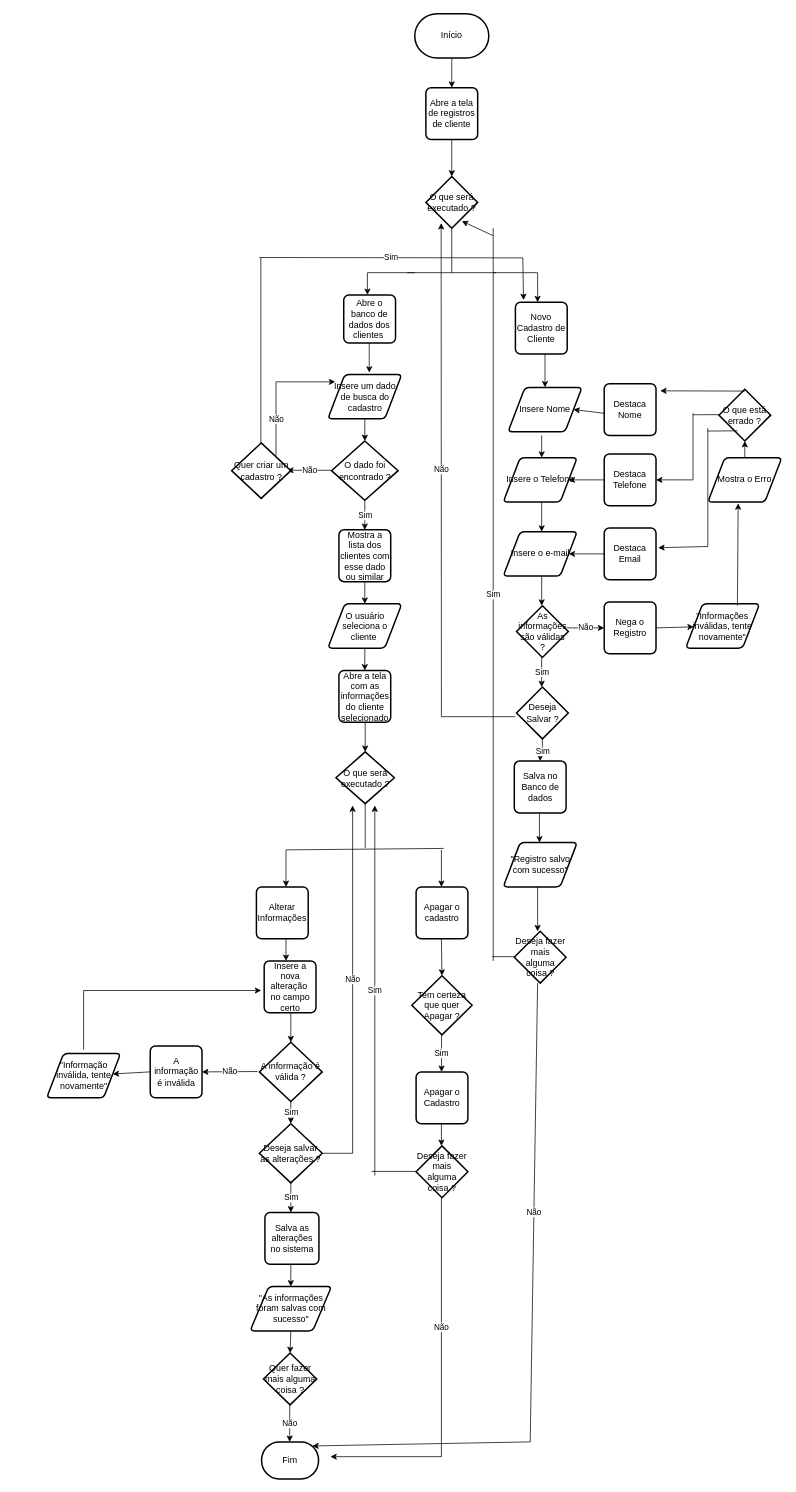
This is page "Cadastro-de-Cliente" (2 of 9) of DOC/Fluxograma.drawio from GuilhermeIgarashi7/avatar-Fluxograma, a draw.io file, before an edit. Source tidied: cells renumbered, new cells numbered last; positions are measured from the earlier drawing's top-left corner, leaving out a move shared by most shapes. Both pictures are drawn from the tidied source at 74%, with x=0, y=0 at pixel (46, 13).
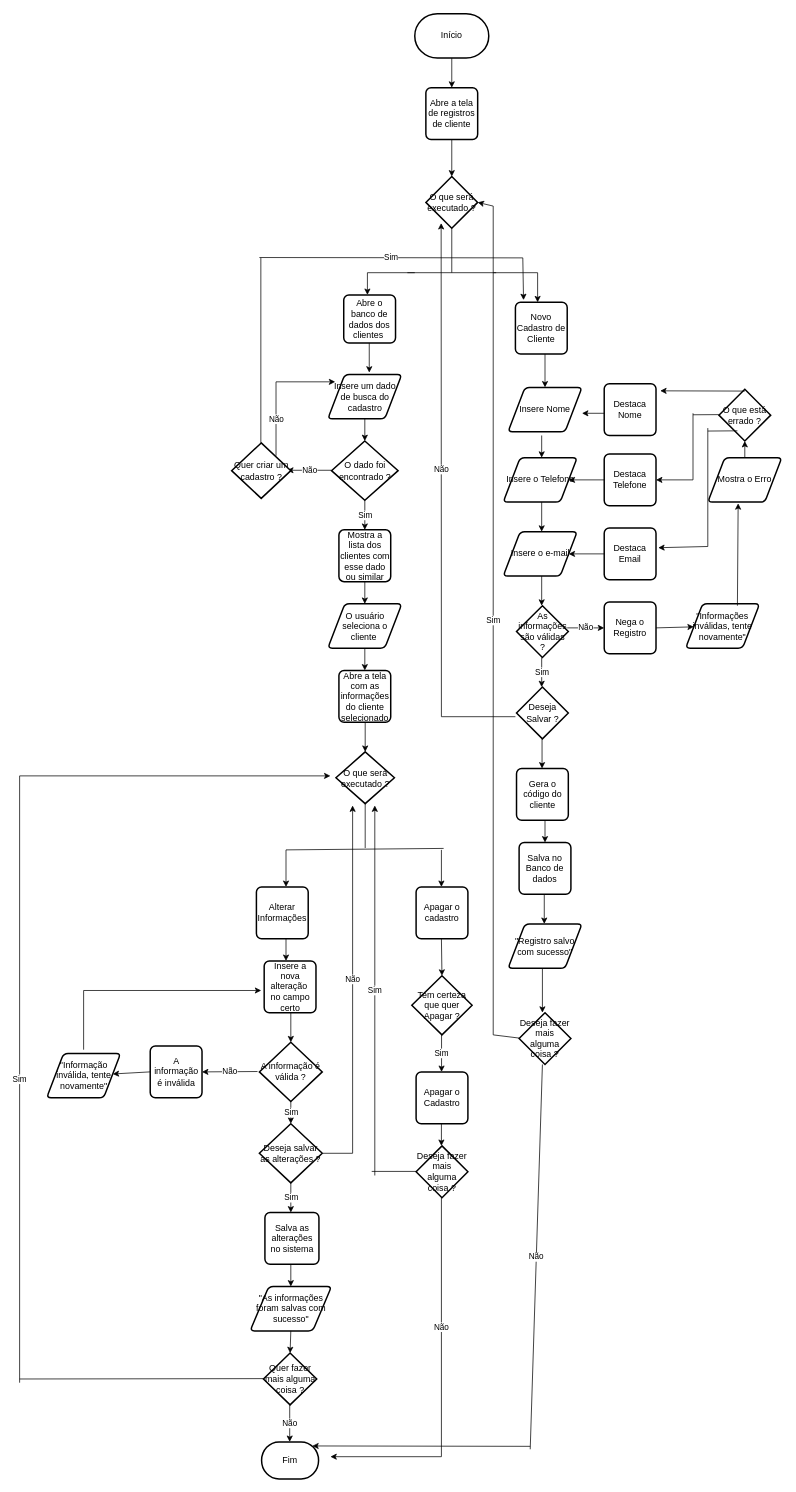
After the change.

Unchanged cells that the change refers to:
```xml
<mxCell id="43" value="O que será executado ?" style="strokeWidth=2;html=1;shape=mxgraph.flowchart.decision;whiteSpace=wrap;" parent="1" vertex="1">
  <mxGeometry x="513" y="220" width="70" height="70" as="geometry" />
</mxCell>
<mxCell id="62" value="Fim" style="strokeWidth=2;html=1;shape=mxgraph.flowchart.terminator;whiteSpace=wrap;" parent="1" vertex="1">
  <mxGeometry x="291" y="1930" width="77" height="50" as="geometry" />
</mxCell>
<mxCell id="72" value="Insere Nome" style="shape=parallelogram;html=1;strokeWidth=2;perimeter=parallelogramPerimeter;whiteSpace=wrap;rounded=1;arcSize=12;size=0.23;" parent="1" vertex="1">
  <mxGeometry x="624" y="505" width="100" height="60" as="geometry" />
</mxCell>
<mxCell id="87" value="Deseja Salvar ?" style="strokeWidth=2;html=1;shape=mxgraph.flowchart.decision;whiteSpace=wrap;" parent="1" vertex="1">
  <mxGeometry x="635.5" y="910" width="70" height="70" as="geometry" />
</mxCell>
```

Change to the diagram source:
```diff
@@
     <mxCell id="80" value="Salva no Banco de dados" style="rounded=1;whiteSpace=wrap;html=1;absoluteArcSize=1;arcSize=14;strokeWidth=2;" parent="1" vertex="1">
-      <mxGeometry x="632.5" y="1010" width="70" height="70" as="geometry" />
+      <mxGeometry x="639" y="1120" width="70" height="70" as="geometry" />
     </mxCell>
     <mxCell id="81" style="endArrow=classic;html=1;rounded=0;" parent="1" edge="1">
       <mxGeometry relative="1" as="geometry">
-        <mxPoint x="666.5" y="1080" as="sourcePoint" />
-        <mxPoint x="666.5" y="1120" as="targetPoint" />
+        <mxPoint x="673" y="1190" as="sourcePoint" />
+        <mxPoint x="673" y="1230" as="targetPoint" />
       </mxGeometry>
     </mxCell>
     <mxCell id="82" value="&quot;Registro salvo com sucesso&quot;" style="shape=parallelogram;html=1;strokeWidth=2;perimeter=parallelogramPerimeter;whiteSpace=wrap;rounded=1;arcSize=12;size=0.23;" parent="1" vertex="1">
-      <mxGeometry x="617.5" y="1120" width="100" height="60" as="geometry" />
+      <mxGeometry x="624" y="1230" width="100" height="60" as="geometry" />
     </mxCell>
@@
-    <mxCell id="86" value="Sim" style="edgeStyle=orthogonalEdgeStyle;rounded=0;jettySize=auto;html=1;exitX=0.5;exitY=1;exitDx=0;exitDy=0;exitPerimeter=0;" parent="1" edge="1" source="87" target="80">
-      <mxGeometry relative="1" as="geometry" />
-    </mxCell>
@@
     <mxCell id="88" style="endArrow=classic;html=1;rounded=0;" parent="1" edge="1">
       <mxGeometry relative="1" as="geometry">
-        <mxPoint x="664" y="1180" as="sourcePoint" />
-        <mxPoint x="664" y="1240" as="targetPoint" />
+        <mxPoint x="670.5" y="1290" as="sourcePoint" />
+        <mxPoint x="670.5" y="1350" as="targetPoint" />
       </mxGeometry>
     </mxCell>
     <mxCell id="89" value="Deseja fazer mais alguma coisa ?" style="strokeWidth=2;html=1;shape=mxgraph.flowchart.decision;whiteSpace=wrap;" parent="1" vertex="1">
-      <mxGeometry x="632.5" y="1240" width="70" height="70" as="geometry" />
+      <mxGeometry x="639" y="1350" width="70" height="70" as="geometry" />
     </mxCell>
     <mxCell id="90" value="Não" style="endArrow=none;html=1;rounded=0;" parent="1" edge="1">
       <mxGeometry relative="1" as="geometry">
-        <mxPoint x="654" y="1930" as="sourcePoint" />
-        <mxPoint x="664" y="1310" as="targetPoint" />
+        <mxPoint x="654" y="1940" as="sourcePoint" />
+        <mxPoint x="670.5" y="1420" as="targetPoint" />
       </mxGeometry>
     </mxCell>
     <mxCell id="91" style="endArrow=classic;html=1;rounded=0;entryX=0.89;entryY=0.11;entryDx=0;entryDy=0;entryPerimeter=0;" parent="1" edge="1" target="62">
       <mxGeometry relative="1" as="geometry">
-        <mxPoint x="654" y="1930" as="sourcePoint" />
+        <mxPoint x="654" y="1936" as="sourcePoint" />
       </mxGeometry>
     </mxCell>
     <mxCell id="92" style="endArrow=none;html=1;rounded=0;" parent="1" edge="1">
       <mxGeometry relative="1" as="geometry">
-        <mxPoint x="602.5" y="1274.3" as="sourcePoint" />
-        <mxPoint x="632.5" y="1274.3" as="targetPoint" />
+        <mxPoint x="604" y="1380" as="sourcePoint" />
+        <mxPoint x="639" y="1384.3" as="targetPoint" />
       </mxGeometry>
     </mxCell>
     <mxCell id="93" value="Sim" style="endArrow=none;html=1;rounded=0;" parent="1" edge="1">
       <mxGeometry relative="1" as="geometry">
-        <mxPoint x="604" y="1280" as="sourcePoint" />
-        <mxPoint x="604" y="290" as="targetPoint" />
+        <mxPoint x="604" y="1380" as="sourcePoint" />
+        <mxPoint x="604" y="260" as="targetPoint" />
       </mxGeometry>
     </mxCell>
-    <mxCell id="94" style="endArrow=classic;html=1;rounded=0;entryX=0.695;entryY=0.862;entryDx=0;entryDy=0;entryPerimeter=0;" parent="1" edge="1" target="43">
-      <mxGeometry relative="1" as="geometry">
-        <mxPoint x="604" y="300" as="sourcePoint" />
-      </mxGeometry>
-    </mxCell>
@@
-    <mxCell id="111" style="endArrow=classic;html=1;rounded=0;entryX=1;entryY=0.5;entryDx=0;entryDy=0;" parent="1" edge="1" target="72">
+    <mxCell id="111" style="endArrow=classic;html=1;rounded=0;" parent="1" edge="1">
       <mxGeometry relative="1" as="geometry">
         <mxPoint x="754" y="540" as="sourcePoint" />
+        <mxPoint x="724" y="540" as="targetPoint" />
       </mxGeometry>
     </mxCell>
@@
+    <mxCell id="116" style="endArrow=none;html=1;rounded=0;" parent="1" edge="1">
+      <mxGeometry relative="1" as="geometry">
+        <mxPoint x="-36" y="1845" as="sourcePoint" />
+        <mxPoint x="293.5" y="1844.5" as="targetPoint" />
+      </mxGeometry>
+    </mxCell>
+    <mxCell id="86" value="Sim" style="endArrow=none;html=1;rounded=0;" parent="1" edge="1">
+      <mxGeometry relative="1" as="geometry">
+        <mxPoint x="-36" y="1850" as="sourcePoint" />
+        <mxPoint x="-36" y="1030" as="targetPoint" />
+      </mxGeometry>
+    </mxCell>
+    <mxCell id="117" style="endArrow=classic;html=1;rounded=0;" parent="1" edge="1">
+      <mxGeometry relative="1" as="geometry">
+        <mxPoint x="-36" y="1030" as="sourcePoint" />
+        <mxPoint x="384" y="1030" as="targetPoint" />
+      </mxGeometry>
+    </mxCell>
+    <mxCell id="118" style="endArrow=classic;html=1;rounded=0;entryX=1;entryY=0.5;entryDx=0;entryDy=0;entryPerimeter=0;" parent="1" edge="1" target="43">
+      <mxGeometry relative="1" as="geometry">
+        <mxPoint x="604" y="260" as="sourcePoint" />
+      </mxGeometry>
+    </mxCell>
+    <mxCell id="119" style="endArrow=classic;html=1;rounded=0;" parent="1" edge="1">
+      <mxGeometry relative="1" as="geometry">
+        <mxPoint x="670" y="980" as="sourcePoint" />
+        <mxPoint x="670" y="1020" as="targetPoint" />
+      </mxGeometry>
+    </mxCell>
+    <mxCell id="120" value="Gera o código do cliente" style="rounded=1;whiteSpace=wrap;html=1;absoluteArcSize=1;arcSize=14;strokeWidth=2;" parent="1" vertex="1">
+      <mxGeometry x="635.5" y="1020" width="70" height="70" as="geometry" />
+    </mxCell>
+    <mxCell id="121" style="endArrow=classic;html=1;rounded=0;" parent="1" edge="1">
+      <mxGeometry relative="1" as="geometry">
+        <mxPoint x="674" y="1090" as="sourcePoint" />
+        <mxPoint x="674" y="1120" as="targetPoint" />
+      </mxGeometry>
+    </mxCell>
```
